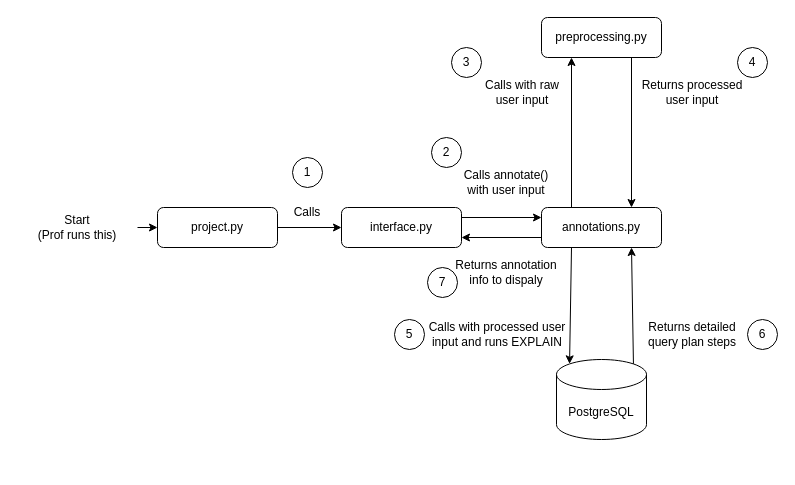
Above: diagram.drawio in therealaxax/Query-Plan-Explainer (draw.io), before the change. Source tidied: cells renumbered, new cells numbered last; positions are measured from the earlier drawing's top-left corner, leaving out a move shared by most shapes. Both pictures are drawn from the tidied source at 100%, with x=0, y=0 at pixel (17, 17).
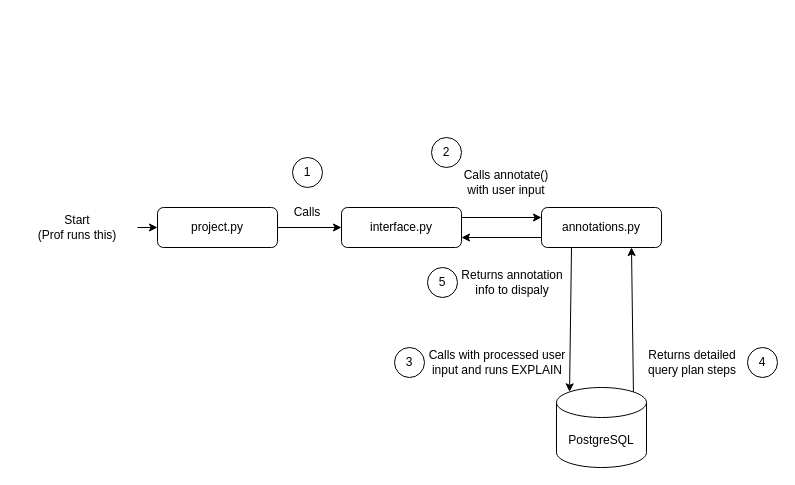
The same page after the edit.

The change refers to these unchanged cells:
```xml
<mxCell id="9" value="annotations.py" style="rounded=1;whiteSpace=wrap;html=1;" parent="1" vertex="1">
  <mxGeometry x="524" y="190" width="120" height="40" as="geometry" />
</mxCell>
```

What changed in the source:
```diff
@@
-    <mxCell id="7" style="edgeStyle=none;html=1;exitX=0.25;exitY=0;exitDx=0;exitDy=0;entryX=0.25;entryY=1;entryDx=0;entryDy=0;" parent="1" edge="1" source="9" target="11">
-      <mxGeometry relative="1" as="geometry" />
-    </mxCell>
@@
-    <mxCell id="10" style="edgeStyle=none;html=1;exitX=0.75;exitY=1;exitDx=0;exitDy=0;entryX=0.75;entryY=0;entryDx=0;entryDy=0;" parent="1" edge="1" source="11" target="9">
-      <mxGeometry relative="1" as="geometry" />
-    </mxCell>
-    <mxCell id="11" value="preprocessing.py" style="rounded=1;whiteSpace=wrap;html=1;" parent="1" vertex="1">
-      <mxGeometry x="524" width="120" height="40" as="geometry" />
-    </mxCell>
@@
     <mxCell id="16" value="Returns annotation info to dispaly" style="text;html=1;strokeColor=none;fillColor=none;align=center;verticalAlign=middle;whiteSpace=wrap;rounded=0;" parent="1" vertex="1">
-      <mxGeometry x="434" y="240" width="110" height="30" as="geometry" />
+      <mxGeometry x="440" y="250" width="110" height="30" as="geometry" />
     </mxCell>
-    <mxCell id="17" value="Calls with raw user input" style="text;html=1;strokeColor=none;fillColor=none;align=center;verticalAlign=middle;whiteSpace=wrap;rounded=0;" parent="1" vertex="1">
-      <mxGeometry x="460" y="60" width="90" height="30" as="geometry" />
-    </mxCell>
-    <mxCell id="18" value="Returns processed user input" style="text;html=1;strokeColor=none;fillColor=none;align=center;verticalAlign=middle;whiteSpace=wrap;rounded=0;" parent="1" vertex="1">
-      <mxGeometry x="620" y="60" width="110" height="30" as="geometry" />
-    </mxCell>
@@
     <mxCell id="20" value="PostgreSQL" style="shape=cylinder3;whiteSpace=wrap;html=1;boundedLbl=1;backgroundOutline=1;size=15;" parent="1" vertex="1">
-      <mxGeometry x="539" y="342" width="90" height="80" as="geometry" />
+      <mxGeometry x="539" y="370" width="90" height="80" as="geometry" />
     </mxCell>
     <mxCell id="21" value="Calls with processed user input and runs EXPLAIN" style="text;html=1;strokeColor=none;fillColor=none;align=center;verticalAlign=middle;whiteSpace=wrap;rounded=0;" parent="1" vertex="1">
-      <mxGeometry x="410" y="302" width="140" height="30" as="geometry" />
+      <mxGeometry x="410" y="330" width="140" height="30" as="geometry" />
     </mxCell>
     <mxCell id="22" value="Returns detailed query plan steps" style="text;html=1;strokeColor=none;fillColor=none;align=center;verticalAlign=middle;whiteSpace=wrap;rounded=0;" parent="1" vertex="1">
-      <mxGeometry x="620" y="302" width="110" height="30" as="geometry" />
+      <mxGeometry x="620" y="330" width="110" height="30" as="geometry" />
     </mxCell>
@@
-    <mxCell id="24" value="7" style="ellipse;whiteSpace=wrap;html=1;" parent="1" vertex="1">
+    <mxCell id="24" value="5" style="ellipse;whiteSpace=wrap;html=1;" parent="1" vertex="1">
       <mxGeometry x="410" y="250" width="30" height="30" as="geometry" />
     </mxCell>
-    <mxCell id="25" value="6" style="ellipse;whiteSpace=wrap;html=1;" parent="1" vertex="1">
-      <mxGeometry x="730" y="302" width="30" height="30" as="geometry" />
+    <mxCell id="25" value="4" style="ellipse;whiteSpace=wrap;html=1;" parent="1" vertex="1">
+      <mxGeometry x="730" y="330" width="30" height="30" as="geometry" />
     </mxCell>
-    <mxCell id="26" value="5" style="ellipse;whiteSpace=wrap;html=1;" parent="1" vertex="1">
-      <mxGeometry x="377" y="302" width="30" height="30" as="geometry" />
+    <mxCell id="26" value="3" style="ellipse;whiteSpace=wrap;html=1;" parent="1" vertex="1">
+      <mxGeometry x="377" y="330" width="30" height="30" as="geometry" />
     </mxCell>
-    <mxCell id="27" value="4" style="ellipse;whiteSpace=wrap;html=1;" parent="1" vertex="1">
-      <mxGeometry x="720" y="30" width="30" height="30" as="geometry" />
-    </mxCell>
-    <mxCell id="28" value="3" style="ellipse;whiteSpace=wrap;html=1;" parent="1" vertex="1">
-      <mxGeometry x="434" y="30" width="30" height="30" as="geometry" />
-    </mxCell>
```
